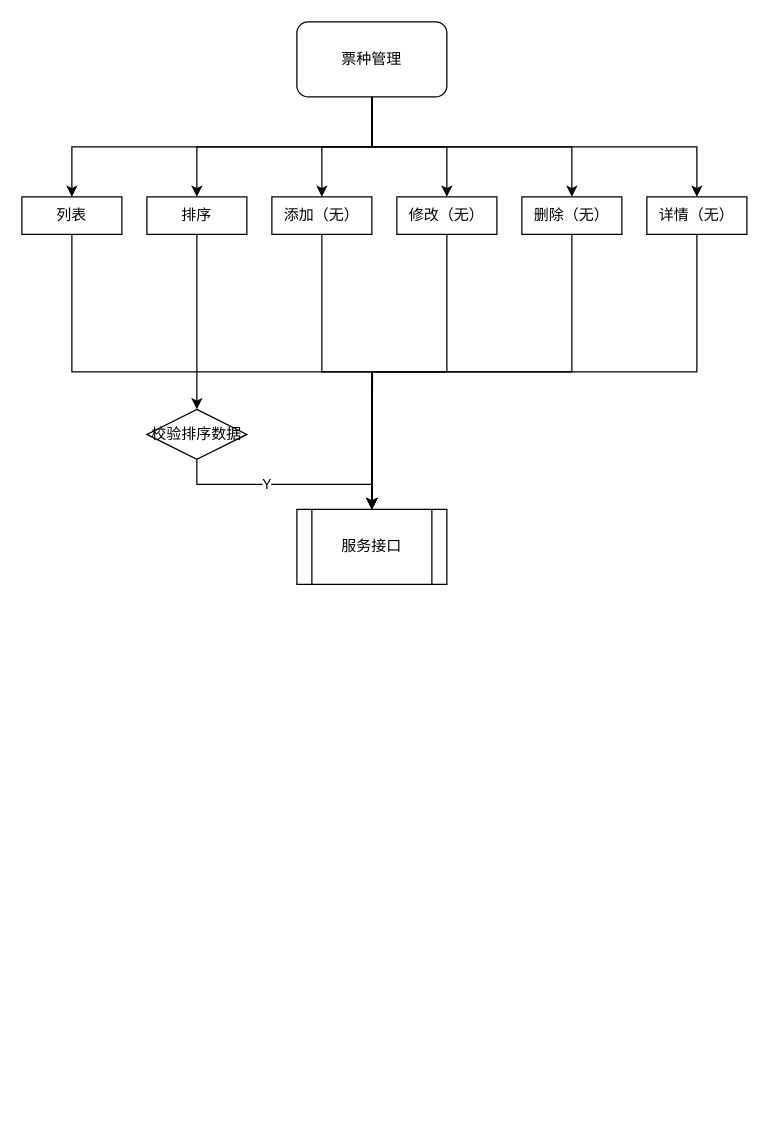
Above: tour-product.drawio in liqiang0113/Project (draw.io), before the change. Source tidied: cells renumbered, new cells numbered last; positions are measured from the earlier drawing's top-left corner, leaving out a move shared by most shapes. Both pictures are drawn from the tidied source at 125%, with x=0, y=0 at pixel (21, 21).
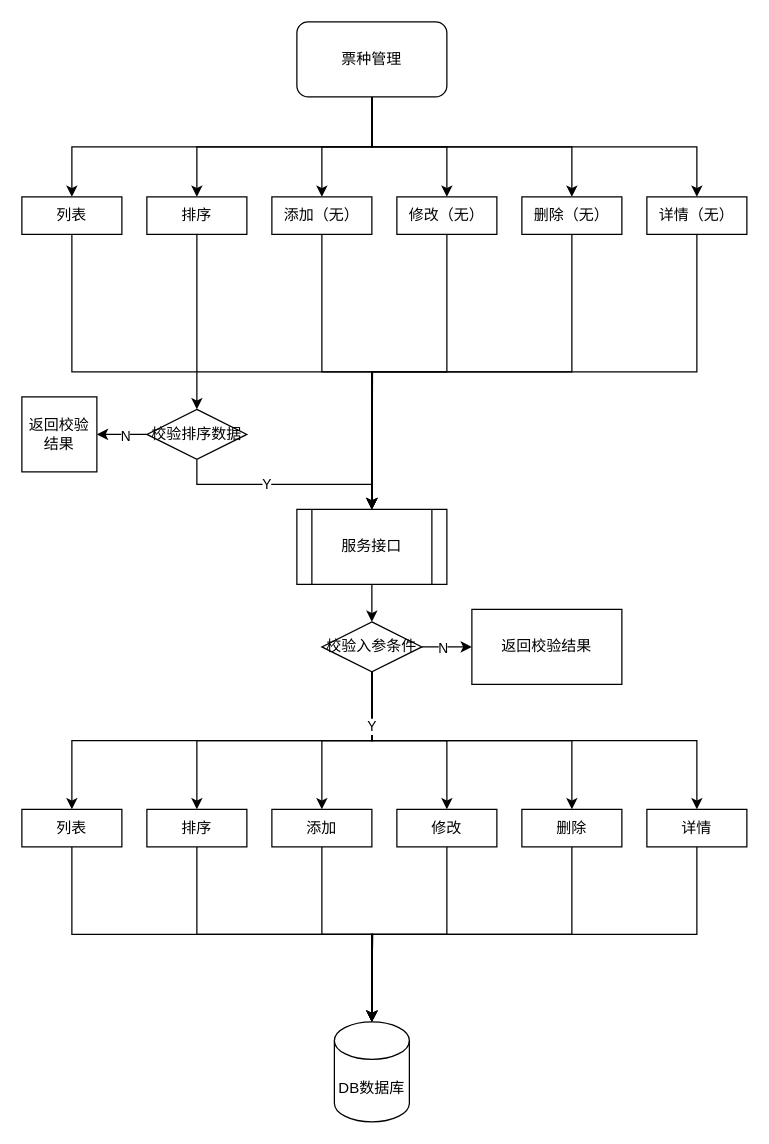
After the change.

Unchanged cells that the change refers to:
```xml
<mxCell id="21" value="服务接口" style="shape=process;whiteSpace=wrap;html=1;backgroundOutline=1;" parent="1" vertex="1">
  <mxGeometry x="220" y="390" width="120" height="60" as="geometry" />
</mxCell>
<mxCell id="24" value="校验排序数据" style="rhombus;whiteSpace=wrap;html=1;rounded=0;" parent="1" vertex="1">
  <mxGeometry x="100" y="310" width="80" height="40" as="geometry" />
</mxCell>
```

Change to the diagram source:
```diff
@@
+    <mxCell id="25" style="edgeStyle=orthogonalEdgeStyle;rounded=0;jettySize=auto;html=1;" parent="1" edge="1" source="21" target="49">
+      <mxGeometry relative="1" as="geometry" />
+    </mxCell>
@@
+    <mxCell id="26" style="edgeStyle=orthogonalEdgeStyle;rounded=0;jettySize=auto;html=1;" parent="1" edge="1" source="24" target="50">
+      <mxGeometry relative="1" as="geometry" />
+    </mxCell>
+    <mxCell id="27" value="N" style="edgeLabel;html=1;align=center;verticalAlign=middle;" parent="26" vertex="1">
+      <mxGeometry x="-0.08" y="1" relative="1" as="geometry" />
+    </mxCell>
@@
+    <mxCell id="28" style="edgeStyle=orthogonalEdgeStyle;rounded=0;jettySize=auto;html=1;exitX=0.5;exitY=1;exitDx=0;exitDy=0;" parent="1" edge="1" source="29" target="52">
+      <mxGeometry relative="1" as="geometry" />
+    </mxCell>
+    <mxCell id="29" value="列表" style="rounded=0;whiteSpace=wrap;html=1;" parent="1" vertex="1">
+      <mxGeometry y="630" width="80" height="30" as="geometry" />
+    </mxCell>
+    <mxCell id="30" style="edgeStyle=orthogonalEdgeStyle;rounded=0;jettySize=auto;html=1;exitX=0.5;exitY=1;exitDx=0;exitDy=0;" parent="1" edge="1" source="31">
+      <mxGeometry relative="1" as="geometry">
+        <mxPoint x="280" y="800" as="targetPoint" />
+      </mxGeometry>
+    </mxCell>
+    <mxCell id="31" value="排序" style="rounded=0;whiteSpace=wrap;html=1;" parent="1" vertex="1">
+      <mxGeometry x="100" y="630" width="80" height="30" as="geometry" />
+    </mxCell>
+    <mxCell id="32" style="edgeStyle=orthogonalEdgeStyle;rounded=0;jettySize=auto;html=1;exitX=0.5;exitY=1;exitDx=0;exitDy=0;" parent="1" edge="1" source="33">
+      <mxGeometry relative="1" as="geometry">
+        <mxPoint x="280" y="800" as="targetPoint" />
+      </mxGeometry>
+    </mxCell>
+    <mxCell id="33" value="添加" style="rounded=0;whiteSpace=wrap;html=1;" parent="1" vertex="1">
+      <mxGeometry x="200" y="630" width="80" height="30" as="geometry" />
+    </mxCell>
+    <mxCell id="34" style="edgeStyle=orthogonalEdgeStyle;rounded=0;jettySize=auto;html=1;exitX=0.5;exitY=1;exitDx=0;exitDy=0;" parent="1" edge="1" source="35">
+      <mxGeometry relative="1" as="geometry">
+        <mxPoint x="280" y="800" as="targetPoint" />
+      </mxGeometry>
+    </mxCell>
+    <mxCell id="35" value="修改" style="rounded=0;whiteSpace=wrap;html=1;" parent="1" vertex="1">
+      <mxGeometry x="300" y="630" width="80" height="30" as="geometry" />
+    </mxCell>
+    <mxCell id="36" style="edgeStyle=orthogonalEdgeStyle;rounded=0;jettySize=auto;html=1;exitX=0.5;exitY=1;exitDx=0;exitDy=0;" parent="1" edge="1" source="37" target="52">
+      <mxGeometry relative="1" as="geometry" />
+    </mxCell>
+    <mxCell id="37" value="删除" style="rounded=0;whiteSpace=wrap;html=1;" parent="1" vertex="1">
+      <mxGeometry x="400" y="630" width="80" height="30" as="geometry" />
+    </mxCell>
+    <mxCell id="38" style="edgeStyle=orthogonalEdgeStyle;rounded=0;jettySize=auto;html=1;exitX=0.5;exitY=1;exitDx=0;exitDy=0;entryX=0.5;entryY=0;entryDx=0;entryDy=0;entryPerimeter=0;" parent="1" edge="1" source="39" target="52">
+      <mxGeometry relative="1" as="geometry" />
+    </mxCell>
+    <mxCell id="39" value="详情" style="rounded=0;whiteSpace=wrap;html=1;" parent="1" vertex="1">
+      <mxGeometry x="500" y="630" width="80" height="30" as="geometry" />
+    </mxCell>
+    <mxCell id="40" style="edgeStyle=orthogonalEdgeStyle;rounded=0;jettySize=auto;html=1;exitX=0.5;exitY=1;exitDx=0;exitDy=0;" parent="1" edge="1" source="49" target="29">
+      <mxGeometry relative="1" as="geometry" />
+    </mxCell>
+    <mxCell id="41" style="edgeStyle=orthogonalEdgeStyle;rounded=0;jettySize=auto;html=1;exitX=0.5;exitY=1;exitDx=0;exitDy=0;entryX=0.5;entryY=0;entryDx=0;entryDy=0;" parent="1" edge="1" source="49" target="31">
+      <mxGeometry relative="1" as="geometry" />
+    </mxCell>
+    <mxCell id="42" style="edgeStyle=orthogonalEdgeStyle;rounded=0;jettySize=auto;html=1;exitX=0.5;exitY=1;exitDx=0;exitDy=0;" parent="1" edge="1" source="49" target="33">
+      <mxGeometry relative="1" as="geometry" />
+    </mxCell>
+    <mxCell id="43" style="edgeStyle=orthogonalEdgeStyle;rounded=0;jettySize=auto;html=1;exitX=0.5;exitY=1;exitDx=0;exitDy=0;" parent="1" edge="1" source="49" target="35">
+      <mxGeometry relative="1" as="geometry" />
+    </mxCell>
+    <mxCell id="44" style="edgeStyle=orthogonalEdgeStyle;rounded=0;jettySize=auto;html=1;exitX=0.5;exitY=1;exitDx=0;exitDy=0;" parent="1" edge="1" source="49" target="37">
+      <mxGeometry relative="1" as="geometry" />
+    </mxCell>
+    <mxCell id="45" style="edgeStyle=orthogonalEdgeStyle;rounded=0;jettySize=auto;html=1;exitX=0.5;exitY=1;exitDx=0;exitDy=0;" parent="1" edge="1" source="49" target="39">
+      <mxGeometry relative="1" as="geometry" />
+    </mxCell>
+    <mxCell id="46" value="Y&lt;br&gt;" style="edgeLabel;html=1;align=center;verticalAlign=middle;" parent="45" vertex="1">
+      <mxGeometry x="-0.77" y="-1" relative="1" as="geometry" />
+    </mxCell>
+    <mxCell id="47" style="edgeStyle=orthogonalEdgeStyle;rounded=0;jettySize=auto;html=1;exitX=1;exitY=0.5;exitDx=0;exitDy=0;" parent="1" edge="1" source="49" target="51">
+      <mxGeometry relative="1" as="geometry">
+        <Array as="points">
+          <mxPoint x="350" y="500" />
+          <mxPoint x="350" y="500" />
+        </Array>
+      </mxGeometry>
+    </mxCell>
+    <mxCell id="48" value="N" style="edgeLabel;html=1;align=center;verticalAlign=middle;" parent="47" vertex="1">
+      <mxGeometry x="-0.19" relative="1" as="geometry" />
+    </mxCell>
+    <mxCell id="49" value="校验入参条件" style="rhombus;whiteSpace=wrap;html=1;" parent="1" vertex="1">
+      <mxGeometry x="240" y="480" width="80" height="40" as="geometry" />
+    </mxCell>
+    <mxCell id="50" value="返回校验结果" style="rounded=0;whiteSpace=wrap;html=1;" parent="1" vertex="1">
+      <mxGeometry y="300" width="60" height="60" as="geometry" />
+    </mxCell>
+    <mxCell id="51" value="返回校验结果" style="whiteSpace=wrap;html=1;" parent="1" vertex="1">
+      <mxGeometry x="360" y="470" width="120" height="60" as="geometry" />
+    </mxCell>
+    <mxCell id="52" value="DB数据库" style="shape=cylinder3;whiteSpace=wrap;html=1;boundedLbl=1;backgroundOutline=1;size=15;" parent="1" vertex="1">
+      <mxGeometry x="250" y="800" width="60" height="80" as="geometry" />
+    </mxCell>
```
